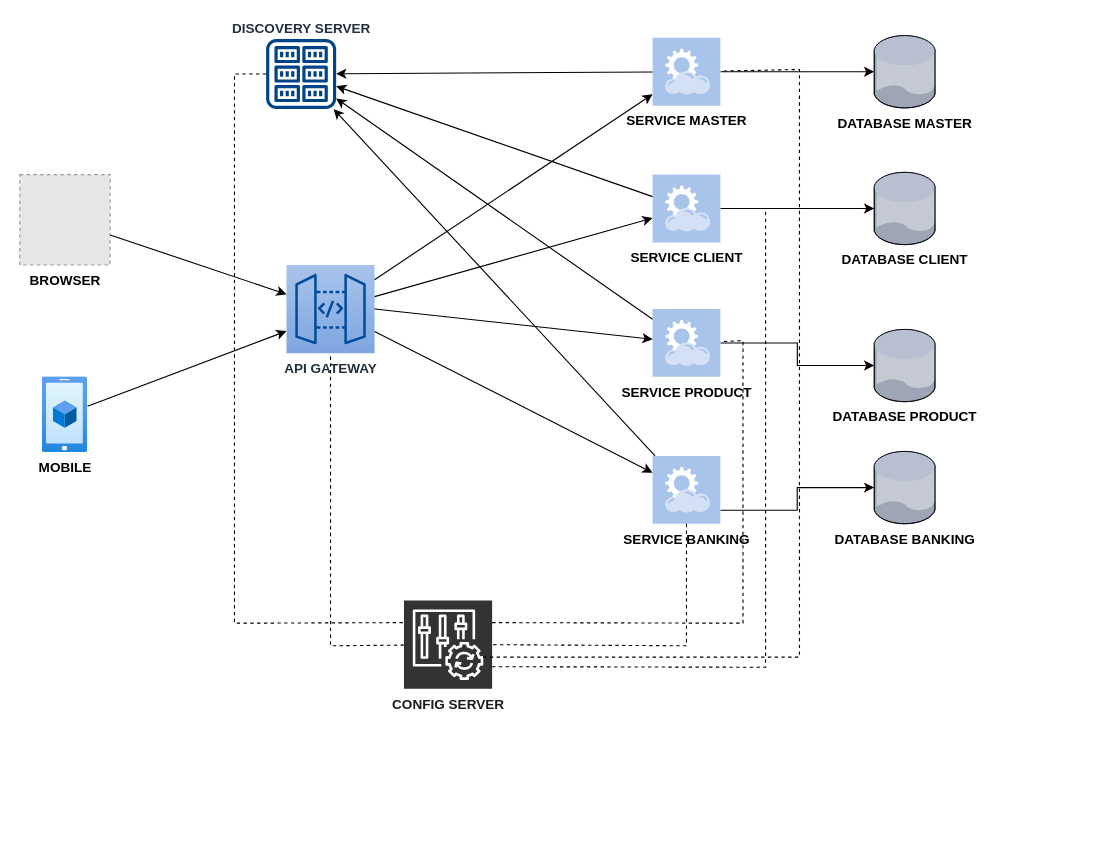
mcastgir/bootcamp-project4-documents keeps this draw.io diagram as Arquitectura/arquitectura-project.drawio. Above is the earlier version. Source tidied: cells renumbered, new cells numbered last; positions are measured from the earlier drawing's top-left corner, leaving out a move shared by most shapes. Both pictures are drawn from the tidied source at 113%, with x=0, y=0 at pixel (19, 35). Pictures stored in the file or linked from it are replaced by grey dashed boxes.
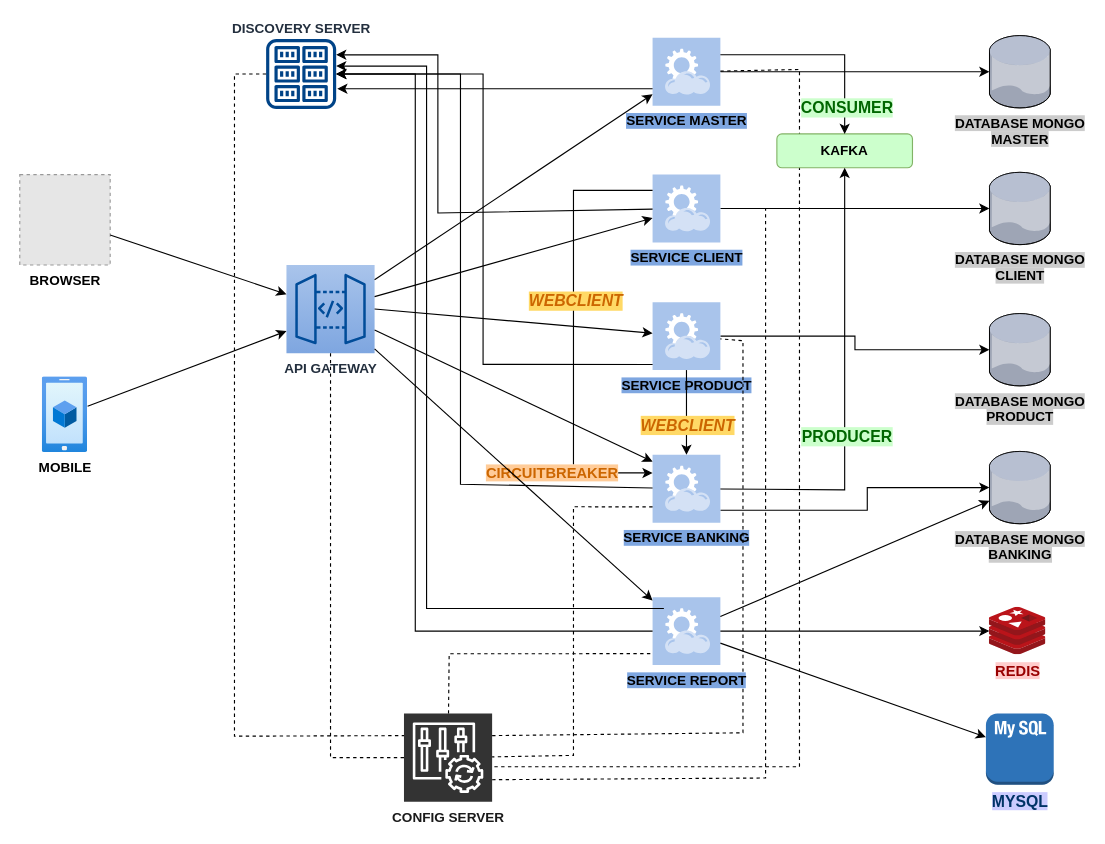
After the change.

The change refers to these unchanged cells:
```xml
<mxCell id="2" value="&lt;b&gt;API GATEWAY&lt;/b&gt;" style="sketch=0;points=[[0,0,0],[0.25,0,0],[0.5,0,0],[0.75,0,0],[1,0,0],[0,1,0],[0.25,1,0],[0.5,1,0],[0.75,1,0],[1,1,0],[0,0.25,0],[0,0.5,0],[0,0.75,0],[1,0.25,0],[1,0.5,0],[1,0.75,0]];outlineConnect=0;fontColor=#232F3E;gradientColor=#A9C4EB;gradientDirection=north;fillColor=#7EA6E0;strokeColor=#004C99;dashed=0;verticalLabelPosition=bottom;verticalAlign=top;align=center;html=1;fontSize=12;fontStyle=0;shape=mxgraph.aws4.resourceIcon;resIcon=mxgraph.aws4.api_gateway;" parent="1" vertex="1">
  <mxGeometry x="236" y="203" width="78" height="78" as="geometry" />
</mxCell>
<mxCell id="20" value="&lt;b&gt;DISCOVERY SERVER&lt;/b&gt;" style="sketch=0;outlineConnect=0;fontColor=#232F3E;gradientColor=none;fillColor=#004387;strokeColor=none;dashed=0;verticalLabelPosition=top;verticalAlign=bottom;align=center;html=1;fontSize=12;fontStyle=0;shape=mxgraph.aws4.registry;labelPosition=center;" parent="1" vertex="1">
  <mxGeometry x="218" y="3" width="62" height="62" as="geometry" />
</mxCell>
```

What changed in the source:
```diff
@@
-    <mxCell id="5" value="&lt;b&gt;SERVICE MASTER&lt;/b&gt;" style="shadow=0;dashed=0;html=1;strokeColor=none;fillColor=#A9C4EB;labelPosition=center;verticalLabelPosition=bottom;verticalAlign=top;align=center;outlineConnect=0;shape=mxgraph.veeam.2d.restful_apis;" parent="1" vertex="1">
+    <mxCell id="5" value="&lt;b style=&quot;background-color: rgb(126, 166, 224);&quot;&gt;SERVICE MASTER&lt;/b&gt;" style="shadow=0;dashed=0;html=1;strokeColor=none;fillColor=#A9C4EB;labelPosition=center;verticalLabelPosition=bottom;verticalAlign=top;align=center;outlineConnect=0;shape=mxgraph.veeam.2d.restful_apis;" parent="1" vertex="1">
       <mxGeometry x="560" y="2" width="60" height="60" as="geometry" />
     </mxCell>
@@
-    <mxCell id="7" value="&lt;b&gt;SERVICE CLIENT&lt;/b&gt;" style="shadow=0;dashed=0;html=1;strokeColor=none;fillColor=#A9C4EB;labelPosition=center;verticalLabelPosition=bottom;verticalAlign=top;align=center;outlineConnect=0;shape=mxgraph.veeam.2d.restful_apis;" parent="1" vertex="1">
+    <mxCell id="7" value="&lt;b style=&quot;background-color: rgb(126, 166, 224);&quot;&gt;SERVICE CLIENT&lt;/b&gt;" style="shadow=0;dashed=0;html=1;strokeColor=none;fillColor=#A9C4EB;labelPosition=center;verticalLabelPosition=bottom;verticalAlign=top;align=center;outlineConnect=0;shape=mxgraph.veeam.2d.restful_apis;" parent="1" vertex="1">
       <mxGeometry x="560" y="123" width="60" height="60" as="geometry" />
     </mxCell>
@@
-    <mxCell id="9" value="&lt;b&gt;SERVICE PRODUCT&lt;/b&gt;" style="shadow=0;dashed=0;html=1;strokeColor=none;fillColor=#A9C4EB;labelPosition=center;verticalLabelPosition=bottom;verticalAlign=top;align=center;outlineConnect=0;shape=mxgraph.veeam.2d.restful_apis;" parent="1" vertex="1">
-      <mxGeometry x="560" y="242" width="60" height="60" as="geometry" />
+    <mxCell id="9" value="&lt;b style=&quot;background-color: rgb(126, 166, 224);&quot;&gt;SERVICE PRODUCT&lt;/b&gt;" style="shadow=0;dashed=0;html=1;strokeColor=none;fillColor=#A9C4EB;labelPosition=center;verticalLabelPosition=bottom;verticalAlign=top;align=center;outlineConnect=0;shape=mxgraph.veeam.2d.restful_apis;" parent="1" vertex="1">
+      <mxGeometry x="560" y="236" width="60" height="60" as="geometry" />
     </mxCell>
     <mxCell id="10" style="edgeStyle=orthogonalEdgeStyle;rounded=0;jettySize=auto;html=1;fontColor=#1A1A1A;" parent="1" edge="1" source="11" target="15">
       <mxGeometry relative="1" as="geometry">
         <Array as="points">
-          <mxPoint x="688" y="420" />
-          <mxPoint x="688" y="400" />
+          <mxPoint x="750" y="420" />
+          <mxPoint x="750" y="400" />
         </Array>
       </mxGeometry>
     </mxCell>
-    <mxCell id="11" value="&lt;b&gt;SERVICE BANKING&lt;/b&gt;" style="shadow=0;dashed=0;html=1;strokeColor=none;fillColor=#A9C4EB;labelPosition=center;verticalLabelPosition=bottom;verticalAlign=top;align=center;outlineConnect=0;shape=mxgraph.veeam.2d.restful_apis;" parent="1" vertex="1">
-      <mxGeometry x="560" y="372" width="60" height="60" as="geometry" />
+    <mxCell id="11" value="&lt;b style=&quot;background-color: rgb(126, 166, 224);&quot;&gt;SERVICE BANKING&lt;/b&gt;" style="shadow=0;dashed=0;html=1;strokeColor=none;fillColor=#A9C4EB;labelPosition=center;verticalLabelPosition=bottom;verticalAlign=top;align=center;outlineConnect=0;shape=mxgraph.veeam.2d.restful_apis;" parent="1" vertex="1">
+      <mxGeometry x="560" y="371" width="60" height="60" as="geometry" />
     </mxCell>
-    <mxCell id="12" value="&lt;b&gt;DATABASE CLIENT&lt;/b&gt;" style="verticalLabelPosition=bottom;sketch=0;html=1;verticalAlign=top;strokeColor=none;align=center;outlineConnect=0;shape=mxgraph.citrix.database;" parent="1" vertex="1">
-      <mxGeometry x="756.1" y="121" width="54.4" height="64" as="geometry" />
+    <mxCell id="12" value="&lt;b style=&quot;background-color: rgb(204, 204, 204);&quot;&gt;DATABASE MONGO&lt;br&gt;CLIENT&lt;/b&gt;" style="verticalLabelPosition=bottom;sketch=0;html=1;verticalAlign=top;strokeColor=none;align=center;outlineConnect=0;shape=mxgraph.citrix.database;" parent="1" vertex="1">
+      <mxGeometry x="858.1" y="121" width="54.4" height="64" as="geometry" />
     </mxCell>
-    <mxCell id="13" value="&lt;b&gt;DATABASE MASTER&lt;/b&gt;" style="verticalLabelPosition=bottom;sketch=0;html=1;verticalAlign=top;strokeColor=none;align=center;outlineConnect=0;shape=mxgraph.citrix.database;" parent="1" vertex="1">
-      <mxGeometry x="756.1" width="54.4" height="64" as="geometry" />
+    <mxCell id="13" value="&lt;b style=&quot;background-color: rgb(204, 204, 204);&quot;&gt;DATABASE MONGO&lt;br&gt;MASTER&lt;/b&gt;" style="verticalLabelPosition=bottom;sketch=0;html=1;verticalAlign=top;strokeColor=none;align=center;outlineConnect=0;shape=mxgraph.citrix.database;" parent="1" vertex="1">
+      <mxGeometry x="858.1" width="54.4" height="64" as="geometry" />
     </mxCell>
-    <mxCell id="14" value="&lt;b&gt;DATABASE PRODUCT&lt;/b&gt;" style="verticalLabelPosition=bottom;sketch=0;html=1;verticalAlign=top;strokeColor=none;align=center;outlineConnect=0;shape=mxgraph.citrix.database;" parent="1" vertex="1">
-      <mxGeometry x="756.1" y="260" width="54.4" height="64" as="geometry" />
+    <mxCell id="14" value="&lt;b style=&quot;background-color: rgb(204, 204, 204);&quot;&gt;DATABASE MONGO&lt;br&gt;PRODUCT&lt;/b&gt;" style="verticalLabelPosition=bottom;sketch=0;html=1;verticalAlign=top;strokeColor=none;align=center;outlineConnect=0;shape=mxgraph.citrix.database;" parent="1" vertex="1">
+      <mxGeometry x="858.1" y="246" width="54.4" height="64" as="geometry" />
     </mxCell>
-    <mxCell id="15" value="&lt;b&gt;DATABASE BANKING&lt;/b&gt;" style="verticalLabelPosition=bottom;sketch=0;html=1;verticalAlign=top;strokeColor=none;align=center;outlineConnect=0;shape=mxgraph.citrix.database;" parent="1" vertex="1">
-      <mxGeometry x="756.1" y="368" width="54.4" height="64" as="geometry" />
+    <mxCell id="15" value="&lt;b style=&quot;background-color: rgb(204, 204, 204);&quot;&gt;DATABASE MONGO&lt;br&gt;BANKING&lt;/b&gt;" style="verticalLabelPosition=bottom;sketch=0;html=1;verticalAlign=top;strokeColor=none;align=center;outlineConnect=0;shape=mxgraph.citrix.database;" parent="1" vertex="1">
+      <mxGeometry x="858.1" y="368" width="54.4" height="64" as="geometry" />
     </mxCell>
@@
-    <mxCell id="19" style="endArrow=classic;html=1;rounded=0;" parent="1" edge="1" source="2" target="11">
+    <mxCell id="19" style="endArrow=classic;html=1;rounded=0;entryX=0;entryY=0.1;entryDx=0;entryDy=0;entryPerimeter=0;" parent="1" edge="1" source="2" target="11">
       <mxGeometry relative="1" as="geometry" />
     </mxCell>
@@
-    <mxCell id="21" style="endArrow=classic;html=1;rounded=0;" parent="1" edge="1" source="5" target="20">
+    <mxCell id="21" style="endArrow=classic;html=1;rounded=0;exitX=0;exitY=0.75;exitDx=0;exitDy=0;exitPerimeter=0;entryX=1.016;entryY=0.71;entryDx=0;entryDy=0;entryPerimeter=0;" parent="1" edge="1" source="5" target="20">
       <mxGeometry relative="1" as="geometry" />
     </mxCell>
-    <mxCell id="22" style="endArrow=classic;html=1;rounded=0;" parent="1" edge="1" source="7" target="20">
-      <mxGeometry relative="1" as="geometry" />
+    <mxCell id="22" style="endArrow=classic;html=1;rounded=0;entryX=1;entryY=0.226;entryDx=0;entryDy=0;entryPerimeter=0;" parent="1" edge="1" source="7" target="20">
+      <mxGeometry relative="1" as="geometry">
+        <Array as="points">
+          <mxPoint x="370" y="157" />
+          <mxPoint x="370" y="17" />
+        </Array>
+      </mxGeometry>
     </mxCell>
-    <mxCell id="23" style="endArrow=classic;html=1;rounded=0;" parent="1" edge="1" source="9" target="20">
-      <mxGeometry relative="1" as="geometry" />
+    <mxCell id="23" style="endArrow=classic;html=1;rounded=0;exitX=0;exitY=0.917;exitDx=0;exitDy=0;exitPerimeter=0;" parent="1" edge="1" source="9" target="20">
+      <mxGeometry relative="1" as="geometry">
+        <Array as="points">
+          <mxPoint x="410" y="291" />
+          <mxPoint x="410" y="34" />
+        </Array>
+      </mxGeometry>
     </mxCell>
     <mxCell id="24" style="endArrow=classic;html=1;rounded=0;" parent="1" edge="1" source="11" target="20">
-      <mxGeometry relative="1" as="geometry" />
+      <mxGeometry relative="1" as="geometry">
+        <Array as="points">
+          <mxPoint x="390" y="397" />
+          <mxPoint x="390" y="34" />
+        </Array>
+      </mxGeometry>
     </mxCell>
     <mxCell id="25" value="&lt;b&gt;CONFIG SERVER&lt;/b&gt;" style="sketch=0;points=[[0,0,0],[0.25,0,0],[0.5,0,0],[0.75,0,0],[1,0,0],[0,1,0],[0.25,1,0],[0.5,1,0],[0.75,1,0],[1,1,0],[0,0.25,0],[0,0.5,0],[0,0.75,0],[1,0.25,0],[1,0.5,0],[1,0.75,0]];points=[[0,0,0],[0.25,0,0],[0.5,0,0],[0.75,0,0],[1,0,0],[0,1,0],[0.25,1,0],[0.5,1,0],[0.75,1,0],[1,1,0],[0,0.25,0],[0,0.5,0],[0,0.75,0],[1,0.25,0],[1,0.5,0],[1,0.75,0]];outlineConnect=0;fontColor=#1A1A1A;gradientColor=none;gradientDirection=north;fillColor=#333333;strokeColor=#ffffff;dashed=0;verticalLabelPosition=bottom;verticalAlign=top;align=center;html=1;fontSize=12;fontStyle=0;shape=mxgraph.aws4.resourceIcon;resIcon=mxgraph.aws4.config;" parent="1" vertex="1">
-      <mxGeometry x="340" y="500" width="78" height="78" as="geometry" />
+      <mxGeometry x="340" y="600" width="78" height="78" as="geometry" />
     </mxCell>
@@
     <mxCell id="29" style="endArrow=none;dashed=1;html=1;rounded=0;entryX=0.5;entryY=1;entryDx=0;entryDy=0;entryPerimeter=0;" parent="1" edge="1" source="25" target="2">
       <mxGeometry relative="1" as="geometry">
         <Array as="points">
-          <mxPoint x="275" y="540" />
+          <mxPoint x="275" y="639" />
         </Array>
       </mxGeometry>
     </mxCell>
-    <mxCell id="30" style="endArrow=none;dashed=1;html=1;rounded=0;entryX=1;entryY=0.5;entryDx=0;entryDy=0;entryPerimeter=0;" parent="1" edge="1" source="11" target="25">
+    <mxCell id="30" style="endArrow=none;dashed=1;html=1;rounded=0;exitX=0;exitY=0.767;exitDx=0;exitDy=0;exitPerimeter=0;" parent="1" edge="1" source="11" target="25">
       <mxGeometry relative="1" as="geometry">
         <Array as="points">
-          <mxPoint x="590" y="540" />
+          <mxPoint x="490" y="417" />
+          <mxPoint x="490" y="637" />
         </Array>
       </mxGeometry>
     </mxCell>
     <mxCell id="31" style="endArrow=none;dashed=1;html=1;rounded=0;exitX=1;exitY=0.25;exitDx=0;exitDy=0;exitPerimeter=0;" parent="1" edge="1" source="25" target="9">
       <mxGeometry relative="1" as="geometry">
         <Array as="points">
-          <mxPoint x="640" y="520" />
+          <mxPoint x="640" y="617" />
           <mxPoint x="640" y="270" />
         </Array>
       </mxGeometry>
     </mxCell>
     <mxCell id="32" style="endArrow=none;dashed=1;html=1;rounded=0;exitX=1;exitY=0.75;exitDx=0;exitDy=0;exitPerimeter=0;" parent="1" edge="1" source="25" target="7">
       <mxGeometry relative="1" as="geometry">
         <Array as="points">
-          <mxPoint x="660" y="559" />
+          <mxPoint x="660" y="657" />
           <mxPoint x="660" y="153" />
         </Array>
       </mxGeometry>
     </mxCell>
     <mxCell id="33" style="endArrow=none;dashed=1;html=1;rounded=0;" parent="1" edge="1" target="5">
       <mxGeometry relative="1" as="geometry">
-        <mxPoint x="410" y="550" as="sourcePoint" />
+        <mxPoint x="420" y="647" as="sourcePoint" />
         <Array as="points">
-          <mxPoint x="690" y="550" />
+          <mxPoint x="510" y="647" />
+          <mxPoint x="690" y="647" />
           <mxPoint x="690" y="30" />
         </Array>
       </mxGeometry>
     </mxCell>
     <mxCell id="34" style="endArrow=none;dashed=1;html=1;rounded=0;entryX=0;entryY=0.25;entryDx=0;entryDy=0;entryPerimeter=0;" parent="1" edge="1" source="20" target="25">
       <mxGeometry relative="1" as="geometry">
         <Array as="points">
           <mxPoint x="190" y="34" />
-          <mxPoint x="190" y="520" />
+          <mxPoint x="190" y="620" />
         </Array>
       </mxGeometry>
     </mxCell>
+    <mxCell id="35" value="KAFKA" style="rounded=1;whiteSpace=wrap;html=1;fontStyle=1;labelBackgroundColor=none;fillColor=#CCFFCC;strokeColor=#82b366;" parent="1" vertex="1">
+      <mxGeometry x="670" y="87" width="120" height="30" as="geometry" />
+    </mxCell>
+    <mxCell id="36" style="endArrow=classic;html=1;rounded=0;" parent="1" edge="1" source="11" target="35">
+      <mxGeometry relative="1" as="geometry">
+        <Array as="points">
+          <mxPoint x="730" y="402" />
+        </Array>
+      </mxGeometry>
+    </mxCell>
+    <mxCell id="37" value="PRODUCER" style="edgeLabel;html=1;align=center;verticalAlign=middle;fontSize=14;fontColor=#006600;fontStyle=1;labelBackgroundColor=#CCFFCC;" parent="36" vertex="1">
+      <mxGeometry x="-0.2" y="-1" relative="1" as="geometry" />
+    </mxCell>
+    <mxCell id="38" style="endArrow=classic;html=1;rounded=0;" parent="1" edge="1" target="35">
+      <mxGeometry relative="1" as="geometry">
+        <mxPoint x="620" y="17" as="sourcePoint" />
+        <Array as="points">
+          <mxPoint x="730" y="17" />
+        </Array>
+      </mxGeometry>
+    </mxCell>
+    <mxCell id="39" value="CONSUMER" style="edgeLabel;html=1;align=center;verticalAlign=middle;fontSize=14;fontColor=#006600;fontStyle=1;labelBackgroundColor=#CCFFCC;" parent="38" vertex="1">
+      <mxGeometry x="0.73" y="1" relative="1" as="geometry" />
+    </mxCell>
+    <mxCell id="40" style="endArrow=classic;html=1;rounded=0;fontColor=#000099;" parent="1" edge="1" source="9" target="11">
+      <mxGeometry relative="1" as="geometry" />
+    </mxCell>
+    <mxCell id="41" value="WEBCLIENT" style="edgeLabel;html=1;align=center;verticalAlign=middle;fontColor=#CC6600;fontSize=14;fontStyle=3;labelBackgroundColor=#FFD966;" parent="40" vertex="1">
+      <mxGeometry x="0.28" relative="1" as="geometry" />
+    </mxCell>
+    <mxCell id="42" value="&lt;b style=&quot;background-color: rgb(126, 166, 224);&quot;&gt;SERVICE REPORT&lt;/b&gt;" style="shadow=0;dashed=0;html=1;strokeColor=none;fillColor=#A9C4EB;labelPosition=center;verticalLabelPosition=bottom;verticalAlign=top;align=center;outlineConnect=0;shape=mxgraph.veeam.2d.restful_apis;" parent="1" vertex="1">
+      <mxGeometry x="560" y="497" width="60" height="60" as="geometry" />
+    </mxCell>
+    <mxCell id="43" style="endArrow=classic;html=1;rounded=0;fontSize=14;fontColor=#CC6600;entryX=0;entryY=0.267;entryDx=0;entryDy=0;entryPerimeter=0;exitX=0;exitY=0.233;exitDx=0;exitDy=0;exitPerimeter=0;" parent="1" edge="1" source="7" target="11">
+      <mxGeometry relative="1" as="geometry">
+        <Array as="points">
+          <mxPoint x="490" y="137" />
+          <mxPoint x="490" y="387" />
+        </Array>
+      </mxGeometry>
+    </mxCell>
+    <mxCell id="44" value="WEBCLIENT" style="edgeLabel;html=1;align=center;verticalAlign=middle;fontSize=14;fontColor=#CC6600;fontStyle=3;labelBackgroundColor=#FFD966;" parent="43" vertex="1">
+      <mxGeometry x="-0.14" y="1" relative="1" as="geometry" />
+    </mxCell>
+    <mxCell id="45" value="&lt;font style=&quot;background-color: rgb(255, 204, 153);&quot; color=&quot;#cc6600&quot;&gt;CIRCUITBREAKER&lt;/font&gt;" style="edgeLabel;html=1;align=center;verticalAlign=middle;fontSize=13;fontColor=#003366;fontStyle=1;" parent="43" vertex="1">
+      <mxGeometry x="0.29" relative="1" as="geometry">
+        <mxPoint x="-20" y="68" as="offset" />
+      </mxGeometry>
+    </mxCell>
+    <mxCell id="46" style="endArrow=classic;html=1;rounded=0;fontSize=14;fontColor=#006600;" parent="1" edge="1" source="42" target="15">
+      <mxGeometry relative="1" as="geometry" />
+    </mxCell>
+    <mxCell id="47" value="&lt;b&gt;&lt;font color=&quot;#990000&quot; style=&quot;font-size: 13px; background-color: rgb(255, 204, 204);&quot;&gt;REDIS&lt;/font&gt;&lt;/b&gt;" style="sketch=0;html=1;points=[];align=center;image;fontSize=12;image=img/lib/mscae/Cache_Redis_Product.svg;labelBackgroundColor=none;labelBorderColor=none;fontColor=#000000;" parent="1" vertex="1">
+      <mxGeometry x="858.1" y="506" width="50" height="42" as="geometry" />
+    </mxCell>
+    <mxCell id="48" style="endArrow=classic;html=1;rounded=0;fontSize=14;fontColor=#000000;" parent="1" edge="1" source="42" target="47">
+      <mxGeometry relative="1" as="geometry" />
+    </mxCell>
+    <mxCell id="49" value="&lt;b&gt;&lt;font style=&quot;background-color: rgb(204, 204, 255);&quot; color=&quot;#003366&quot;&gt;MYSQL&lt;/font&gt;&lt;/b&gt;" style="outlineConnect=0;dashed=0;verticalLabelPosition=bottom;verticalAlign=top;align=center;html=1;shape=mxgraph.aws3.mysql_db_instance_2;fillColor=#2E73B8;gradientColor=none;labelBackgroundColor=none;labelBorderColor=none;fontSize=14;fontColor=#000000;" parent="1" vertex="1">
+      <mxGeometry x="855" y="600" width="60" height="63" as="geometry" />
+    </mxCell>
+    <mxCell id="50" style="endArrow=classic;html=1;rounded=0;fontSize=14;fontColor=#000000;" parent="1" edge="1" source="42" target="49">
+      <mxGeometry relative="1" as="geometry" />
+    </mxCell>
+    <mxCell id="51" style="endArrow=none;dashed=1;html=1;rounded=0;fontSize=14;fontColor=#006600;entryX=0;entryY=0.833;entryDx=0;entryDy=0;entryPerimeter=0;" parent="1" edge="1" source="25" target="42">
+      <mxGeometry relative="1" as="geometry">
+        <Array as="points">
+          <mxPoint x="380" y="547" />
+        </Array>
+      </mxGeometry>
+    </mxCell>
+    <mxCell id="52" style="endArrow=classic;html=1;rounded=0;fontSize=14;fontColor=#006600;" parent="1" edge="1" source="2" target="42">
+      <mxGeometry relative="1" as="geometry" />
+    </mxCell>
+    <mxCell id="53" style="endArrow=classic;html=1;rounded=0;fontSize=14;fontColor=#006600;" parent="1" edge="1" source="42" target="20">
+      <mxGeometry relative="1" as="geometry">
+        <Array as="points">
+          <mxPoint x="350" y="527" />
+          <mxPoint x="350" y="34" />
+        </Array>
+      </mxGeometry>
+    </mxCell>
+    <mxCell id="54" style="endArrow=classic;html=1;rounded=0;entryX=1;entryY=0.387;entryDx=0;entryDy=0;entryPerimeter=0;" parent="1" edge="1" target="20">
+      <mxGeometry relative="1" as="geometry">
+        <mxPoint x="570" y="507" as="sourcePoint" />
+        <Array as="points">
+          <mxPoint x="360" y="507" />
+          <mxPoint x="360" y="27" />
+        </Array>
+      </mxGeometry>
+    </mxCell>
```
